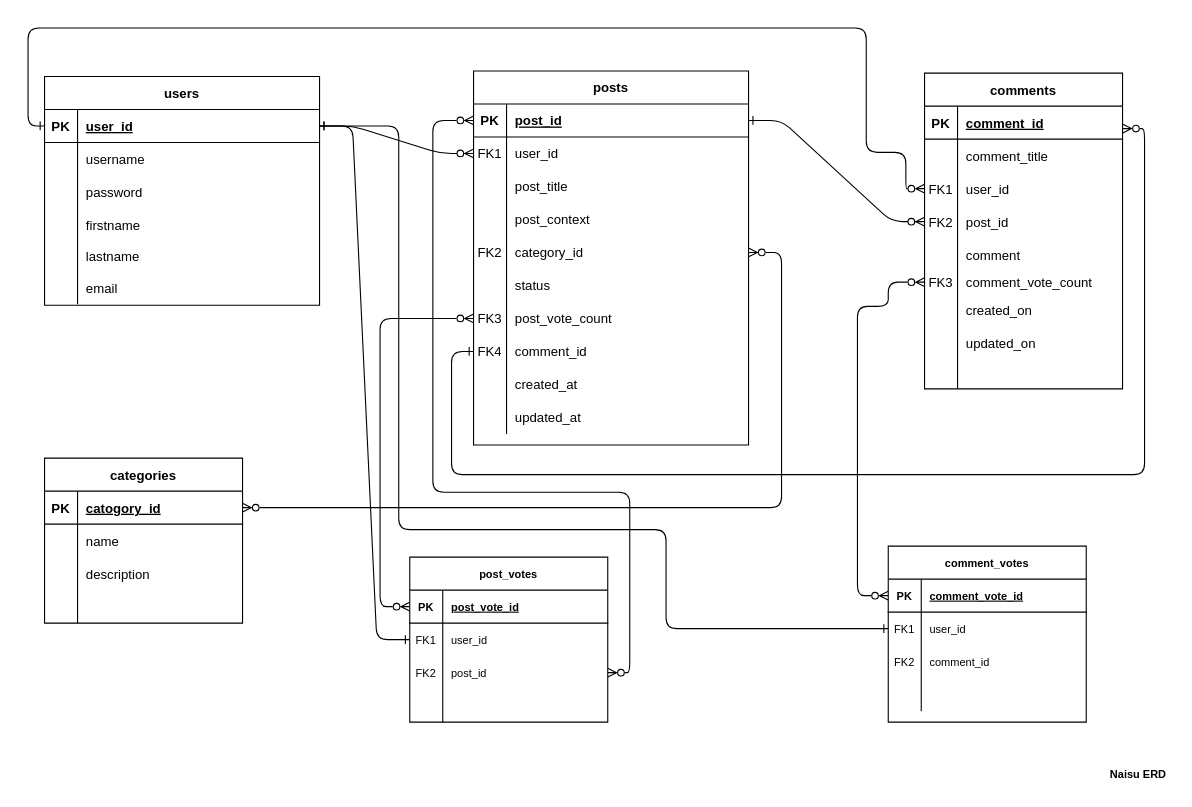
This is Untitled Diagram.drawio from whoisnaisu/skill-checkpoints-2-back-end-development, a draw.io file, before an edit. Source tidied: cells renumbered, new cells numbered last; positions are measured from the earlier drawing's top-left corner, leaving out a move shared by most shapes. Both pictures are drawn from the tidied source at 110%, with x=0, y=0 at pixel (28, 28).
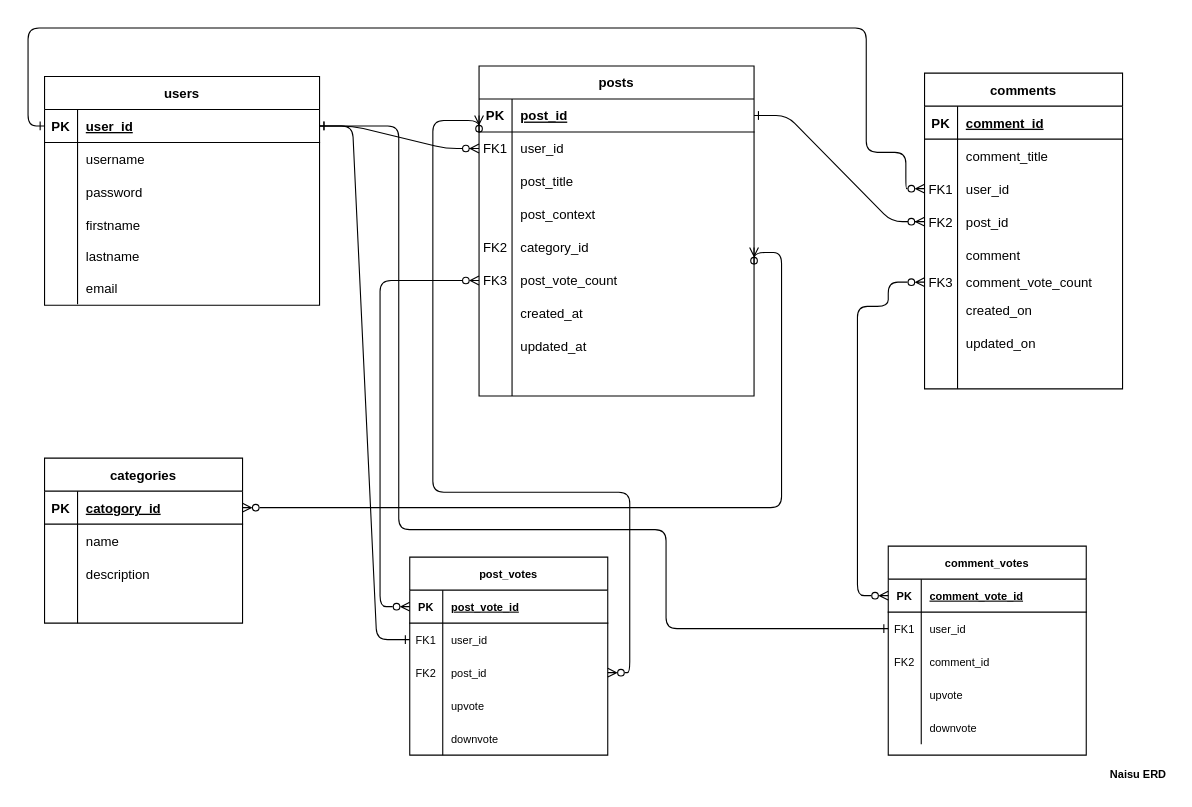
Above is the later version.

Unchanged cells that the change refers to:
```xml
<mxCell id="56" style="shape=tableRow;horizontal=0;startSize=0;swimlaneHead=0;swimlaneBody=0;fillColor=none;points=[[0,0.5],[1,0.5]];portConstraint=eastwest;top=0;left=0;right=0;bottom=1;" parent="55" vertex="1">
  <mxGeometry y="30" width="180" height="30" as="geometry" />
</mxCell>
<mxCell id="100" style="shape=tableRow;horizontal=0;startSize=0;swimlaneHead=0;swimlaneBody=0;fillColor=none;points=[[0,0.5],[1,0.5]];portConstraint=eastwest;top=0;left=0;right=0;bottom=1;glass=0;fontFamily=Helvetica;fontSize=10;" parent="99" vertex="1">
  <mxGeometry y="30" width="180" height="30" as="geometry" />
</mxCell>
<mxCell id="109" style="shape=tableRow;horizontal=0;startSize=0;swimlaneHead=0;swimlaneBody=0;fillColor=none;top=0;left=0;right=0;bottom=0;glass=0;fontFamily=Helvetica;fontSize=10;" parent="99" vertex="1">
  <mxGeometry y="120" width="180" height="30" as="geometry" />
</mxCell>
```

What changed in the source:
```diff
@@
     <mxCell id="4" value="posts" style="shape=table;startSize=30;childLayout=tableLayout;rowLines=0;fontStyle=1;align=center;" parent="1" vertex="1">
-      <mxGeometry x="405" y="39" width="250" height="340" as="geometry" />
+      <mxGeometry x="410" y="34.5" width="250" height="300" as="geometry" />
     </mxCell>
@@
-    <mxCell id="20" style="shape=tableRow;horizontal=0;startSize=0;swimlaneHead=0;swimlaneBody=0;fillColor=none;top=0;left=0;right=0;bottom=0;" parent="4" vertex="1">
-      <mxGeometry y="180" width="250" height="30" as="geometry" />
-    </mxCell>
-    <mxCell id="21" style="shape=partialRectangle;fillColor=none;top=0;left=0;bottom=0;right=0;overflow=hidden;" parent="20" vertex="1">
-      <mxGeometry width="30" height="30" as="geometry" />
-    </mxCell>
-    <mxCell id="22" value="status" style="shape=partialRectangle;fillColor=none;top=0;left=0;bottom=0;right=0;align=left;spacingLeft=6;overflow=hidden;" parent="20" vertex="1">
-      <mxGeometry x="30" width="220" height="30" as="geometry" />
-    </mxCell>
     <mxCell id="23" style="shape=tableRow;horizontal=0;startSize=0;swimlaneHead=0;swimlaneBody=0;fillColor=none;points=[[0,0.5],[1,0.5]];portConstraint=eastwest;top=0;left=0;right=0;bottom=0;" parent="4" vertex="1">
-      <mxGeometry y="210" width="250" height="30" as="geometry" />
+      <mxGeometry y="180" width="250" height="30" as="geometry" />
     </mxCell>
@@
-    <mxCell id="26" style="shape=tableRow;horizontal=0;startSize=0;swimlaneHead=0;swimlaneBody=0;fillColor=none;points=[[0,0.5],[1,0.5]];portConstraint=eastwest;top=0;left=0;right=0;bottom=0;" parent="4" vertex="1">
-      <mxGeometry y="240" width="250" height="30" as="geometry" />
-    </mxCell>
-    <mxCell id="27" value="FK4" style="shape=partialRectangle;fillColor=none;top=0;left=0;bottom=0;right=0;fontStyle=0;overflow=hidden;" parent="26" vertex="1">
-      <mxGeometry width="30" height="30" as="geometry" />
-    </mxCell>
-    <mxCell id="28" value="comment_id" style="shape=partialRectangle;fillColor=none;top=0;left=0;bottom=0;right=0;align=left;spacingLeft=6;fontStyle=0;overflow=hidden;" parent="26" vertex="1">
-      <mxGeometry x="30" width="220" height="30" as="geometry" />
-    </mxCell>
     <mxCell id="29" style="shape=tableRow;horizontal=0;startSize=0;swimlaneHead=0;swimlaneBody=0;fillColor=none;top=0;left=0;right=0;bottom=0;" parent="4" vertex="1">
-      <mxGeometry y="270" width="250" height="30" as="geometry" />
+      <mxGeometry y="210" width="250" height="30" as="geometry" />
     </mxCell>
@@
     <mxCell id="32" style="shape=tableRow;horizontal=0;startSize=0;swimlaneHead=0;swimlaneBody=0;fillColor=none;top=0;left=0;right=0;bottom=0;" parent="4" vertex="1">
-      <mxGeometry y="300" width="250" height="30" as="geometry" />
+      <mxGeometry y="240" width="250" height="30" as="geometry" />
     </mxCell>
@@
+    <mxCell id="26" style="shape=tableRow;horizontal=0;startSize=0;swimlaneHead=0;swimlaneBody=0;fillColor=none;points=[[0,0.5],[1,0.5]];portConstraint=eastwest;top=0;left=0;right=0;bottom=0;" parent="4" vertex="1">
+      <mxGeometry y="270" width="250" height="30" as="geometry" />
+    </mxCell>
+    <mxCell id="27" style="shape=partialRectangle;fillColor=none;top=0;left=0;bottom=0;right=0;fontStyle=0;overflow=hidden;" parent="26" vertex="1">
+      <mxGeometry width="30" height="30" as="geometry" />
+    </mxCell>
+    <mxCell id="28" style="shape=partialRectangle;fillColor=none;top=0;left=0;bottom=0;right=0;align=left;spacingLeft=6;fontStyle=0;overflow=hidden;" parent="26" vertex="1">
+      <mxGeometry x="30" width="220" height="30" as="geometry" />
+    </mxCell>
@@
-    <mxCell id="54" style="edgeStyle=orthogonalEdgeStyle;rounded=1;jettySize=auto;html=1;exitX=0;exitY=0.5;exitDx=0;exitDy=0;endArrow=ERzeroToMany;endFill=0;startArrow=ERone;startFill=0;elbow=vertical;entryX=1.001;entryY=0.68;entryDx=0;entryDy=0;entryPerimeter=0;" parent="1" edge="1" source="26" target="56">
-      <mxGeometry relative="1" as="geometry">
-        <Array as="points">
-          <mxPoint x="385" y="294" />
-          <mxPoint x="385" y="406" />
-          <mxPoint x="1015" y="406" />
-          <mxPoint x="1015" y="91" />
-        </Array>
-      </mxGeometry>
-    </mxCell>
@@
     <mxCell id="99" value="post_votes" style="shape=table;startSize=30;childLayout=tableLayout;rowLines=0;fontStyle=1;align=center;glass=0;fontFamily=Helvetica;fontSize=10;" parent="1" vertex="1">
-      <mxGeometry x="347" y="481" width="180" height="150" as="geometry" />
+      <mxGeometry x="347" y="481" width="180" height="180" as="geometry" />
     </mxCell>
@@
-    <mxCell id="111" style="shape=partialRectangle;fillColor=none;top=0;left=0;bottom=0;right=0;align=left;spacingLeft=6;overflow=hidden;glass=0;fontFamily=Helvetica;fontSize=10;" parent="109" vertex="1">
+    <mxCell id="111" value="upvote" style="shape=partialRectangle;fillColor=none;top=0;left=0;bottom=0;right=0;align=left;spacingLeft=6;overflow=hidden;glass=0;fontFamily=Helvetica;fontSize=10;" parent="109" vertex="1">
       <mxGeometry x="30" width="150" height="30" as="geometry" />
     </mxCell>
+    <mxCell id="130" style="shape=tableRow;horizontal=0;startSize=0;swimlaneHead=0;swimlaneBody=0;fillColor=none;top=0;left=0;right=0;bottom=0;glass=0;fontFamily=Helvetica;fontSize=10;" parent="99" vertex="1">
+      <mxGeometry y="150" width="180" height="30" as="geometry" />
+    </mxCell>
+    <mxCell id="131" style="shape=partialRectangle;fillColor=none;top=0;left=0;bottom=0;right=0;overflow=hidden;glass=0;fontFamily=Helvetica;fontSize=10;" parent="130" vertex="1">
+      <mxGeometry width="30" height="30" as="geometry" />
+    </mxCell>
+    <mxCell id="132" value="downvote" style="shape=partialRectangle;fillColor=none;top=0;left=0;bottom=0;right=0;align=left;spacingLeft=6;overflow=hidden;glass=0;fontFamily=Helvetica;fontSize=10;" parent="130" vertex="1">
+      <mxGeometry x="30" width="150" height="30" as="geometry" />
+    </mxCell>
     <mxCell id="112" value="comment_votes" style="shape=table;startSize=30;childLayout=tableLayout;rowLines=0;fontStyle=1;align=center;glass=0;fontFamily=Helvetica;fontSize=10;" parent="1" vertex="1">
-      <mxGeometry x="782" y="471" width="180" height="160" as="geometry" />
+      <mxGeometry x="782" y="471" width="180" height="190" as="geometry" />
     </mxCell>
@@
+    <mxCell id="133" style="shape=tableRow;horizontal=0;startSize=0;swimlaneHead=0;swimlaneBody=0;fillColor=none;top=0;left=0;right=0;bottom=0;glass=0;fontFamily=Helvetica;fontSize=10;" parent="112" vertex="1">
+      <mxGeometry y="120" width="180" height="30" as="geometry" />
+    </mxCell>
+    <mxCell id="134" style="shape=partialRectangle;fillColor=none;top=0;left=0;bottom=0;right=0;overflow=hidden;glass=0;fontFamily=Helvetica;fontSize=10;" parent="133" vertex="1">
+      <mxGeometry width="30" height="30" as="geometry" />
+    </mxCell>
+    <mxCell id="135" value="upvote" style="shape=partialRectangle;fillColor=none;top=0;left=0;bottom=0;right=0;align=left;spacingLeft=6;overflow=hidden;glass=0;fontFamily=Helvetica;fontSize=10;" parent="133" vertex="1">
+      <mxGeometry x="30" width="150" height="30" as="geometry" />
+    </mxCell>
     <mxCell id="122" style="shape=tableRow;horizontal=0;startSize=0;swimlaneHead=0;swimlaneBody=0;fillColor=none;top=0;left=0;right=0;bottom=0;glass=0;fontFamily=Helvetica;fontSize=10;" parent="112" vertex="1">
-      <mxGeometry y="120" width="180" height="30" as="geometry" />
+      <mxGeometry y="150" width="180" height="30" as="geometry" />
     </mxCell>
@@
-    <mxCell id="124" style="shape=partialRectangle;fillColor=none;top=0;left=0;bottom=0;right=0;align=left;spacingLeft=6;overflow=hidden;glass=0;fontFamily=Helvetica;fontSize=10;" parent="122" vertex="1">
+    <mxCell id="124" value="downvote" style="shape=partialRectangle;fillColor=none;top=0;left=0;bottom=0;right=0;align=left;spacingLeft=6;overflow=hidden;glass=0;fontFamily=Helvetica;fontSize=10;" parent="122" vertex="1">
       <mxGeometry x="30" width="150" height="30" as="geometry" />
     </mxCell>
     <mxCell id="125" style="edgeStyle=orthogonalEdgeStyle;rounded=1;jettySize=auto;html=1;exitX=0;exitY=0.5;exitDx=0;exitDy=0;fontFamily=Helvetica;fontSize=10;startArrow=ERzeroToMany;startFill=0;endArrow=ERzeroToMany;endFill=0;elbow=vertical;" parent="1" edge="1" source="23" target="100">
       <mxGeometry relative="1" as="geometry">
         <Array as="points">
-          <mxPoint x="320" y="264" />
+          <mxPoint x="320" y="230" />
           <mxPoint x="320" y="526" />
         </Array>
       </mxGeometry>
     </mxCell>
```
